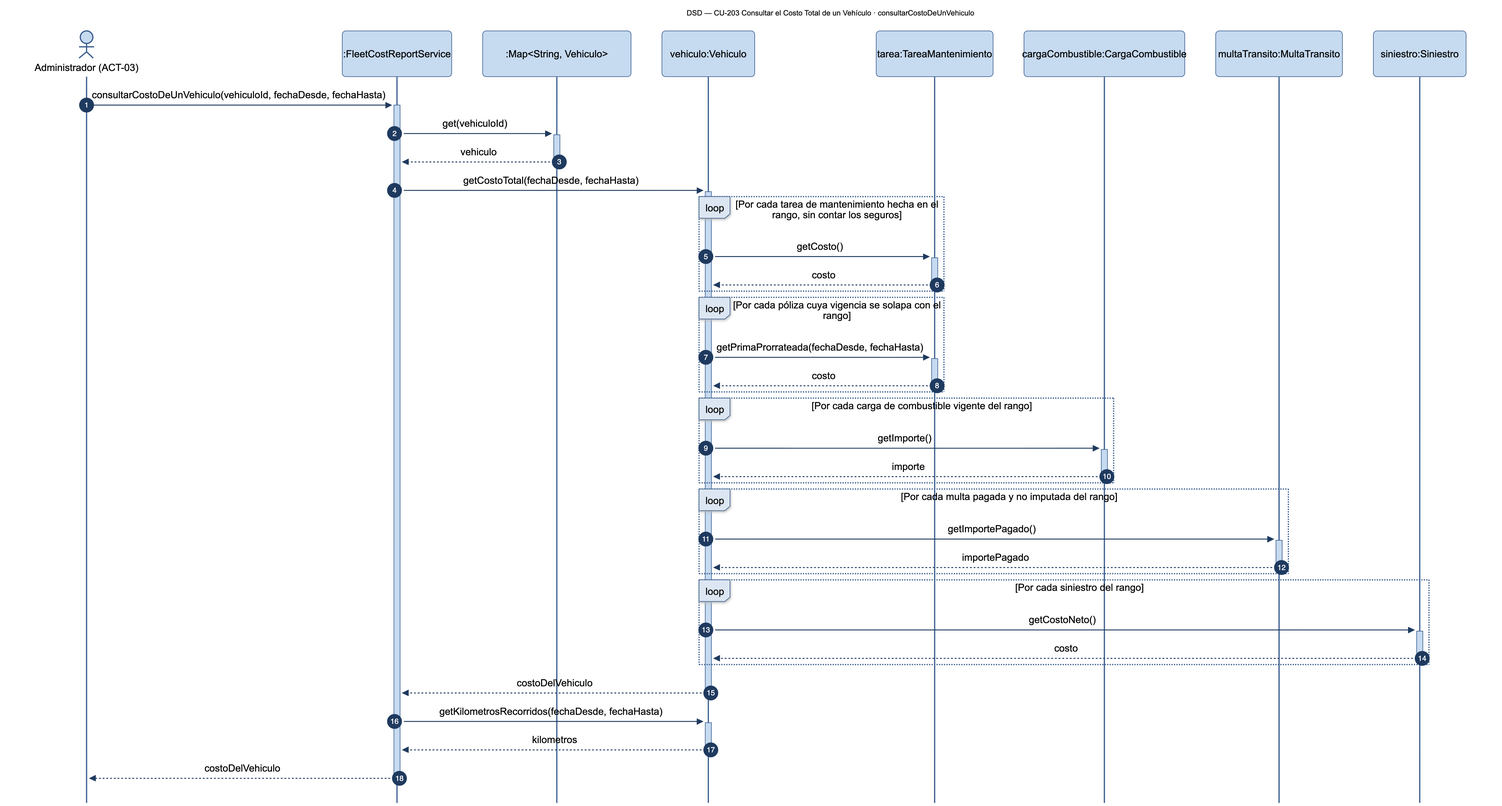
Earlier version of the Mermaid export diagramas/png/DSD_CU-203_consultarCostoDeUnVehiculo.png (Nahuelito-Dev/splg-docs). Its source is kept beside it as diagramas/DSD_CU-203_consultarCostoDeUnVehiculo.mmd. The source it was exported from:
```mermaid
sequenceDiagram
    title DSD — CU-203 Consultar el Costo Total de un Vehículo · consultarCostoDeUnVehiculo
    autonumber
    actor ADM as Administrador (ACT-03)
    participant SRV as :FleetCostReportService
    participant COV as :Map#lt;String, Vehiculo#gt;
    participant VEH as vehiculo:Vehiculo
    participant TAR as tarea:TareaMantenimiento
    participant CAR as cargaCombustible:CargaCombustible
    participant MUL as multaTransito:MultaTransito
    participant SIN as siniestro:Siniestro

    ADM->>+SRV: consultarCostoDeUnVehiculo(vehiculoId, fechaDesde, fechaHasta)
    SRV->>+COV: get(vehiculoId)
    COV-->>-SRV: vehiculo
    SRV->>+VEH: getCostoTotal(fechaDesde, fechaHasta)
    loop Por cada tarea de mantenimiento hecha en el rango, sin contar los seguros
        VEH->>+TAR: getCosto()
        TAR-->>-VEH: costo
    end
    loop Por cada póliza cuya vigencia se solapa con el rango
        VEH->>+TAR: getPrimaProrrateada(fechaDesde, fechaHasta)
        TAR-->>-VEH: costo
    end
    loop Por cada carga de combustible vigente del rango
        VEH->>+CAR: getImporte()
        CAR-->>-VEH: importe
    end
    loop Por cada multa pagada y no imputada del rango
        VEH->>+MUL: getImportePagado()
        MUL-->>-VEH: importePagado
    end
    loop Por cada siniestro del rango
        VEH->>+SIN: getCostoNeto()
        SIN-->>-VEH: costo
    end
    VEH-->>-SRV: costoDelVehiculo
    SRV->>+VEH: getKilometrosRecorridos(fechaDesde, fechaHasta)
    VEH-->>-SRV: kilometros
    SRV-->>-ADM: costoDelVehiculo
```
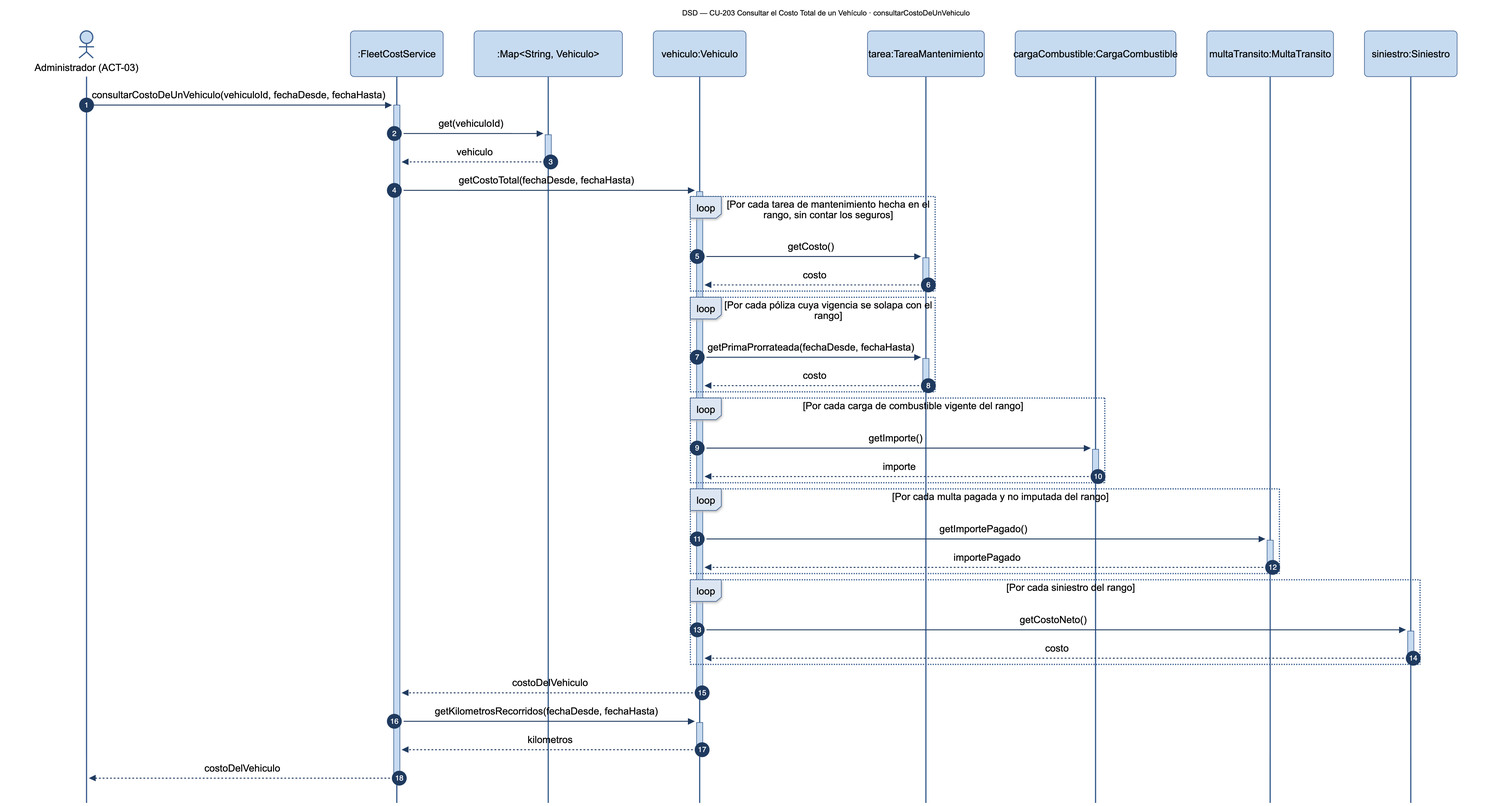
The same file after the commit.

Diff of the diagram source:
```diff
@@ -2,7 +2,7 @@
     title DSD — CU-203 Consultar el Costo Total de un Vehículo · consultarCostoDeUnVehiculo
     autonumber
     actor ADM as Administrador (ACT-03)
-    participant SRV as :FleetCostReportService
+    participant SRV as :FleetCostService
     participant COV as :Map#lt;String, Vehiculo#gt;
     participant VEH as vehiculo:Vehiculo
     participant TAR as tarea:TareaMantenimiento
```
